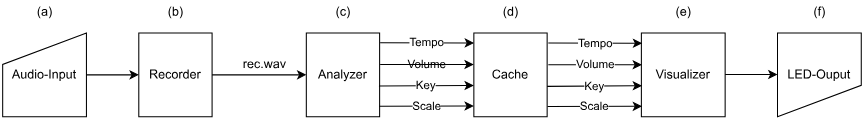
This is graphics/architektur.svg from r-grun/music-visualization, a draw.io export, as it was before one commit. Source tidied: cells renumbered, new cells last; positions are measured from the earlier drawing's top-left corner, leaving out a move shared by most shapes. Its diagram source:
```xml
<mxGraphModel>
  <root>
    <mxCell id="0" style="html=1;" />
    <mxCell id="1" style="html=1;" parent="0" />
    <mxCell id="2" value="Audio-Input" style="shape=manualInput;whiteSpace=wrap;html=1;fillColor=none;" parent="1" vertex="1">
      <mxGeometry y="30" width="80" height="80" as="geometry" />
    </mxCell>
    <mxCell id="3" style="endArrow=classic;html=1;rounded=0;exitX=1;exitY=0.5;exitDx=0;exitDy=0;entryX=0;entryY=0.5;entryDx=0;entryDy=0;" parent="1" edge="1" source="2" target="5">
      <mxGeometry relative="1" as="geometry" />
    </mxCell>
    <mxCell id="4" value="rec.wav" style="text;html=1;align=center;verticalAlign=middle;strokeColor=none;fillColor=none;" parent="1" vertex="1">
      <mxGeometry x="220" y="50" width="60" height="20" as="geometry" />
    </mxCell>
    <mxCell id="5" value="Recorder" style="rounded=0;whiteSpace=wrap;html=1;fillColor=none;gradientColor=none;" parent="1" vertex="1">
      <mxGeometry x="130" y="30" width="70" height="80" as="geometry" />
    </mxCell>
    <mxCell id="6" style="endArrow=classic;html=1;rounded=0;exitX=1;exitY=0.5;exitDx=0;exitDy=0;entryX=0;entryY=0.5;entryDx=0;entryDy=0;" parent="1" edge="1" source="5" target="7">
      <mxGeometry relative="1" as="geometry" />
    </mxCell>
    <mxCell id="7" value="Analyzer" style="rounded=0;whiteSpace=wrap;html=1;fillColor=none;gradientColor=none;" parent="1" vertex="1">
      <mxGeometry x="290" y="30" width="70" height="80" as="geometry" />
    </mxCell>
    <mxCell id="8" value="Cache" style="rounded=0;whiteSpace=wrap;html=1;fillColor=none;gradientColor=none;" parent="1" vertex="1">
      <mxGeometry x="450" y="30" width="70" height="80" as="geometry" />
    </mxCell>
    <mxCell id="9" value="Volume" style="endArrow=classic;html=1;rounded=0;entryX=-0.001;entryY=0.376;entryDx=0;entryDy=0;exitX=1.007;exitY=0.376;exitDx=0;exitDy=0;exitPerimeter=0;entryPerimeter=0;" parent="1" edge="1" source="7" target="8">
      <mxGeometry relative="1" as="geometry" />
    </mxCell>
    <mxCell id="10" value="Tempo" style="endArrow=classic;html=1;rounded=0;entryX=0.002;entryY=0.119;entryDx=0;entryDy=0;exitX=1.007;exitY=0.117;exitDx=0;exitDy=0;exitPerimeter=0;entryPerimeter=0;" parent="1" edge="1" source="7" target="8">
      <mxGeometry relative="1" as="geometry" />
    </mxCell>
    <mxCell id="11" value="Key" style="endArrow=classic;html=1;rounded=0;entryX=0;entryY=0.626;entryDx=0;entryDy=0;entryPerimeter=0;exitX=0.991;exitY=0.634;exitDx=0;exitDy=0;exitPerimeter=0;" parent="1" edge="1" source="7" target="8">
      <mxGeometry relative="1" as="geometry" />
    </mxCell>
    <mxCell id="12" value="Scale" style="endArrow=classic;html=1;rounded=0;exitX=0.996;exitY=0.874;exitDx=0;exitDy=0;exitPerimeter=0;entryX=0;entryY=0.872;entryDx=0;entryDy=0;entryPerimeter=0;" parent="1" edge="1" source="7" target="8">
      <mxGeometry relative="1" as="geometry" />
    </mxCell>
    <mxCell id="13" value="Visualizer" style="rounded=0;whiteSpace=wrap;html=1;fillColor=none;gradientColor=none;" parent="1" vertex="1">
      <mxGeometry x="610" y="30" width="80" height="80" as="geometry" />
    </mxCell>
    <mxCell id="14" value="LED-Ouput" style="shape=manualInput;whiteSpace=wrap;html=1;fillColor=none;gradientColor=none;rotation=0;labelBorderColor=none;direction=west;" parent="1" vertex="1">
      <mxGeometry x="740" y="30" width="80" height="80" as="geometry" />
    </mxCell>
    <mxCell id="15" value="Volume" style="endArrow=classic;html=1;rounded=0;entryX=-0.001;entryY=0.376;entryDx=0;entryDy=0;exitX=1.007;exitY=0.376;exitDx=0;exitDy=0;exitPerimeter=0;entryPerimeter=0;" parent="1" edge="1">
      <mxGeometry relative="1" as="geometry">
        <mxPoint x="521.1" y="60.4" as="sourcePoint" />
        <mxPoint x="610.6" y="60.4" as="targetPoint" />
      </mxGeometry>
    </mxCell>
    <mxCell id="16" value="Tempo" style="endArrow=classic;html=1;rounded=0;entryX=0.002;entryY=0.119;entryDx=0;entryDy=0;exitX=1.007;exitY=0.117;exitDx=0;exitDy=0;exitPerimeter=0;entryPerimeter=0;" parent="1" edge="1">
      <mxGeometry relative="1" as="geometry">
        <mxPoint x="521.1" y="39.6" as="sourcePoint" />
        <mxPoint x="610.8" y="39.8" as="targetPoint" />
      </mxGeometry>
    </mxCell>
    <mxCell id="17" value="Key" style="endArrow=classic;html=1;rounded=0;entryX=0;entryY=0.626;entryDx=0;entryDy=0;entryPerimeter=0;exitX=0.991;exitY=0.634;exitDx=0;exitDy=0;exitPerimeter=0;" parent="1" edge="1">
      <mxGeometry relative="1" as="geometry">
        <mxPoint x="520" y="81" as="sourcePoint" />
        <mxPoint x="610.6" y="80.4" as="targetPoint" />
      </mxGeometry>
    </mxCell>
    <mxCell id="18" value="Scale" style="endArrow=classic;html=1;rounded=0;exitX=0.996;exitY=0.874;exitDx=0;exitDy=0;exitPerimeter=0;entryX=0;entryY=0.872;entryDx=0;entryDy=0;entryPerimeter=0;" parent="1" edge="1">
      <mxGeometry relative="1" as="geometry">
        <mxPoint x="520.4" y="100.2" as="sourcePoint" />
        <mxPoint x="610.6" y="100" as="targetPoint" />
      </mxGeometry>
    </mxCell>
    <mxCell id="19" style="endArrow=classic;html=1;rounded=0;exitX=1;exitY=0.5;exitDx=0;exitDy=0;entryX=0;entryY=0.5;entryDx=0;entryDy=0;" parent="1" edge="1">
      <mxGeometry relative="1" as="geometry">
        <mxPoint x="690" y="69.7" as="sourcePoint" />
        <mxPoint x="740" y="69.7" as="targetPoint" />
      </mxGeometry>
    </mxCell>
    <mxCell id="20" value="(c)" style="text;html=1;align=center;verticalAlign=middle;strokeColor=none;fillColor=none;" parent="1" vertex="1">
      <mxGeometry x="310" width="30" height="20" as="geometry" />
    </mxCell>
    <mxCell id="21" value="(b)" style="text;html=1;align=center;verticalAlign=middle;strokeColor=none;fillColor=none;" parent="1" vertex="1">
      <mxGeometry x="150" width="30" height="20" as="geometry" />
    </mxCell>
    <mxCell id="22" value="(d)" style="text;html=1;align=center;verticalAlign=middle;strokeColor=none;fillColor=none;" parent="1" vertex="1">
      <mxGeometry x="470" width="30" height="20" as="geometry" />
    </mxCell>
    <mxCell id="23" value="(e)" style="text;html=1;align=center;verticalAlign=middle;strokeColor=none;fillColor=none;" parent="1" vertex="1">
      <mxGeometry x="635" width="30" height="20" as="geometry" />
    </mxCell>
    <mxCell id="24" value="(a)" style="text;html=1;align=center;verticalAlign=middle;strokeColor=none;fillColor=none;" parent="1" vertex="1">
      <mxGeometry x="25" width="30" height="20" as="geometry" />
    </mxCell>
    <mxCell id="25" value="(f)" style="text;html=1;align=center;verticalAlign=middle;strokeColor=none;fillColor=none;" parent="1" vertex="1">
      <mxGeometry x="765" width="30" height="20" as="geometry" />
    </mxCell>
  </root>
</mxGraphModel>
```
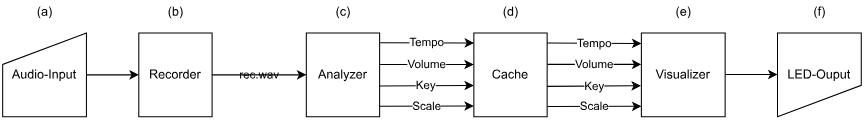
The same diagram one commit later.

The edit, as a diff of the source:
```diff
@@ -8,13 +8,10 @@
     <mxCell id="3" style="endArrow=classic;html=1;rounded=0;exitX=1;exitY=0.5;exitDx=0;exitDy=0;entryX=0;entryY=0.5;entryDx=0;entryDy=0;" parent="1" edge="1" source="2" target="5">
       <mxGeometry relative="1" as="geometry" />
     </mxCell>
-    <mxCell id="4" value="rec.wav" style="text;html=1;align=center;verticalAlign=middle;strokeColor=none;fillColor=none;" parent="1" vertex="1">
-      <mxGeometry x="220" y="50" width="60" height="20" as="geometry" />
-    </mxCell>
     <mxCell id="5" value="Recorder" style="rounded=0;whiteSpace=wrap;html=1;fillColor=none;gradientColor=none;" parent="1" vertex="1">
       <mxGeometry x="130" y="30" width="70" height="80" as="geometry" />
     </mxCell>
-    <mxCell id="6" style="endArrow=classic;html=1;rounded=0;exitX=1;exitY=0.5;exitDx=0;exitDy=0;entryX=0;entryY=0.5;entryDx=0;entryDy=0;" parent="1" edge="1" source="5" target="7">
+    <mxCell id="6" value="rec.wav" style="endArrow=classic;html=1;rounded=0;exitX=1;exitY=0.5;exitDx=0;exitDy=0;entryX=0;entryY=0.5;entryDx=0;entryDy=0;" parent="1" edge="1" source="5" target="7">
       <mxGeometry relative="1" as="geometry" />
     </mxCell>
     <mxCell id="7" value="Analyzer" style="rounded=0;whiteSpace=wrap;html=1;fillColor=none;gradientColor=none;" parent="1" vertex="1">
@@ -41,28 +38,25 @@
     <mxCell id="14" value="LED-Ouput" style="shape=manualInput;whiteSpace=wrap;html=1;fillColor=none;gradientColor=none;rotation=0;labelBorderColor=none;direction=west;" parent="1" vertex="1">
       <mxGeometry x="740" y="30" width="80" height="80" as="geometry" />
     </mxCell>
-    <mxCell id="15" value="Volume" style="endArrow=classic;html=1;rounded=0;entryX=-0.001;entryY=0.376;entryDx=0;entryDy=0;exitX=1.007;exitY=0.376;exitDx=0;exitDy=0;exitPerimeter=0;entryPerimeter=0;" parent="1" edge="1">
+    <mxCell id="15" value="Volume" style="endArrow=classic;html=1;rounded=0;exitX=1.003;exitY=0.375;exitDx=0;exitDy=0;exitPerimeter=0;" parent="1" edge="1" source="8">
       <mxGeometry relative="1" as="geometry">
-        <mxPoint x="521.1" y="60.4" as="sourcePoint" />
-        <mxPoint x="610.6" y="60.4" as="targetPoint" />
+        <mxPoint x="610" y="60" as="targetPoint" />
       </mxGeometry>
     </mxCell>
-    <mxCell id="16" value="Tempo" style="endArrow=classic;html=1;rounded=0;entryX=0.002;entryY=0.119;entryDx=0;entryDy=0;exitX=1.007;exitY=0.117;exitDx=0;exitDy=0;exitPerimeter=0;entryPerimeter=0;" parent="1" edge="1">
+    <mxCell id="16" value="Tempo" style="endArrow=classic;html=1;rounded=0;exitX=0.998;exitY=0.12;exitDx=0;exitDy=0;exitPerimeter=0;" parent="1" edge="1" source="8">
       <mxGeometry relative="1" as="geometry">
-        <mxPoint x="521.1" y="39.6" as="sourcePoint" />
-        <mxPoint x="610.8" y="39.8" as="targetPoint" />
+        <mxPoint x="610" y="40" as="targetPoint" />
       </mxGeometry>
     </mxCell>
-    <mxCell id="17" value="Key" style="endArrow=classic;html=1;rounded=0;entryX=0;entryY=0.626;entryDx=0;entryDy=0;entryPerimeter=0;exitX=0.991;exitY=0.634;exitDx=0;exitDy=0;exitPerimeter=0;" parent="1" edge="1">
+    <mxCell id="17" value="Key" style="endArrow=classic;html=1;rounded=0;entryX=-0.006;entryY=0.63;entryDx=0;entryDy=0;entryPerimeter=0;exitX=0.991;exitY=0.634;exitDx=0;exitDy=0;exitPerimeter=0;" parent="1" edge="1" target="13">
       <mxGeometry relative="1" as="geometry">
         <mxPoint x="520" y="81" as="sourcePoint" />
-        <mxPoint x="610.6" y="80.4" as="targetPoint" />
       </mxGeometry>
     </mxCell>
-    <mxCell id="18" value="Scale" style="endArrow=classic;html=1;rounded=0;exitX=0.996;exitY=0.874;exitDx=0;exitDy=0;exitPerimeter=0;entryX=0;entryY=0.872;entryDx=0;entryDy=0;entryPerimeter=0;" parent="1" edge="1">
+    <mxCell id="18" value="Scale" style="endArrow=classic;html=1;rounded=0;exitX=0.996;exitY=0.874;exitDx=0;exitDy=0;exitPerimeter=0;" parent="1" edge="1">
       <mxGeometry relative="1" as="geometry">
         <mxPoint x="520.4" y="100.2" as="sourcePoint" />
-        <mxPoint x="610.6" y="100" as="targetPoint" />
+        <mxPoint x="610" y="100" as="targetPoint" />
       </mxGeometry>
     </mxCell>
     <mxCell id="19" style="endArrow=classic;html=1;rounded=0;exitX=1;exitY=0.5;exitDx=0;exitDy=0;entryX=0;entryY=0.5;entryDx=0;entryDy=0;" parent="1" edge="1">
```
